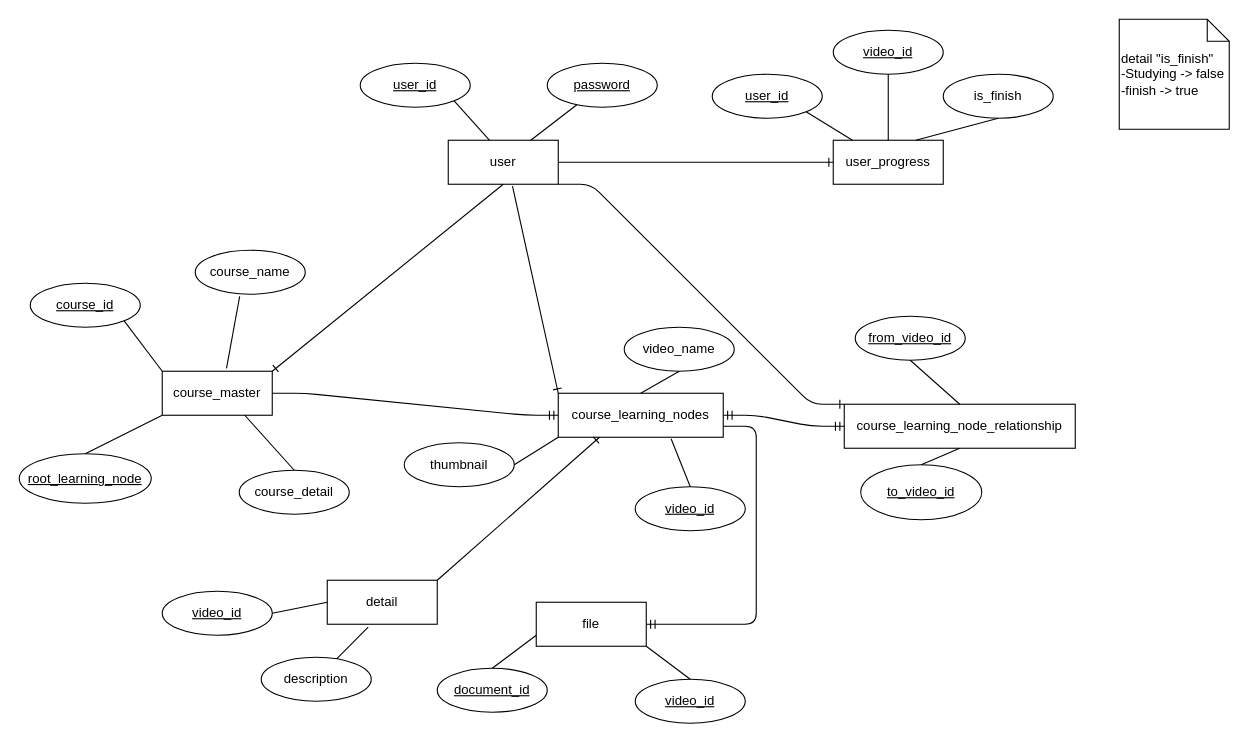
Above: Untitled Diagram.drawio in TendonT52/ProjectProgMath (draw.io), before the change. Source tidied: cells renumbered, new cells numbered last; positions are measured from the earlier drawing's top-left corner, leaving out a move shared by most shapes. Both pictures are drawn from the tidied source at 110%, with x=0, y=0 at pixel (19, 19).
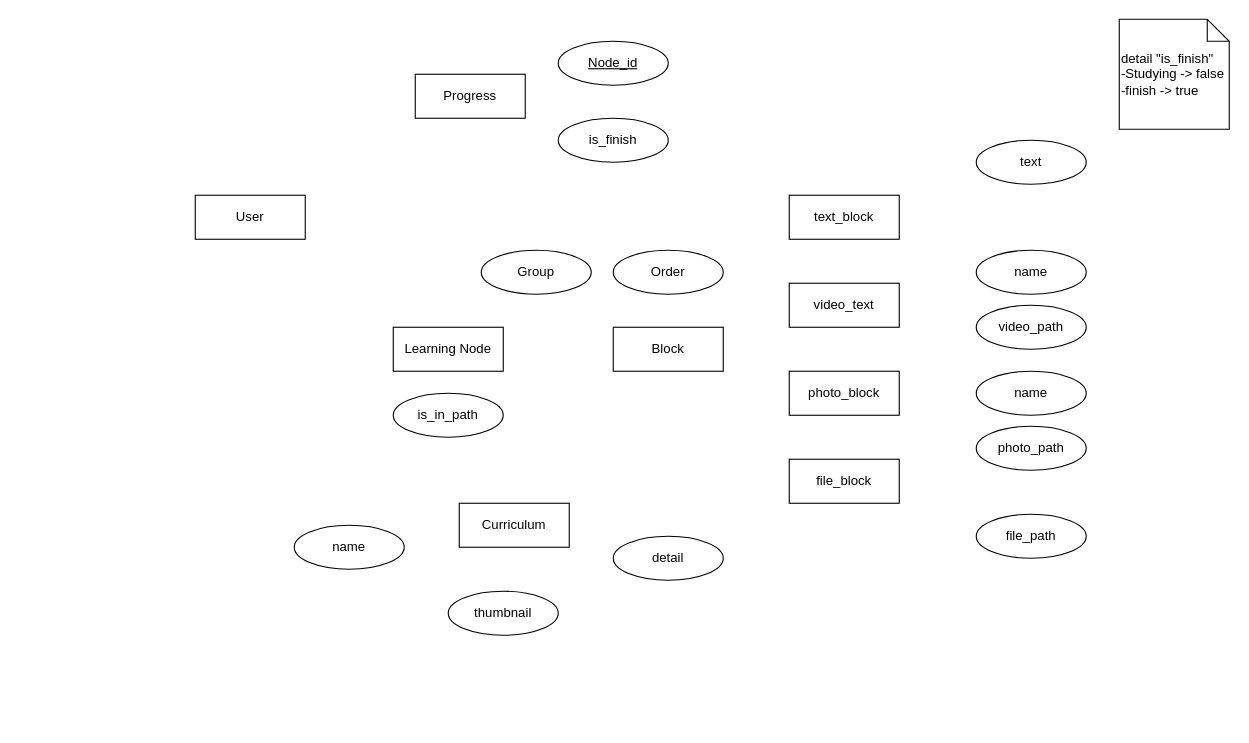
Above is the later version.

Diff of the diagram source:
```diff
@@
-    <mxCell id="2" value="course_learning_nodes" style="whiteSpace=wrap;html=1;align=center;" parent="1" vertex="1">
-      <mxGeometry x="490" y="340" width="150" height="40" as="geometry" />
-    </mxCell>
-    <mxCell id="3" value="course_learning_node_relationship" style="whiteSpace=wrap;html=1;align=center;" parent="1" vertex="1">
-      <mxGeometry x="750" y="350" width="210" height="40" as="geometry" />
-    </mxCell>
-    <mxCell id="4" value="video_id" style="ellipse;whiteSpace=wrap;html=1;align=center;fontStyle=4;" parent="1" vertex="1">
-      <mxGeometry x="560" y="425" width="100" height="40" as="geometry" />
-    </mxCell>
-    <mxCell id="5" value="file" style="whiteSpace=wrap;html=1;align=center;" parent="1" vertex="1">
-      <mxGeometry x="470" y="530" width="100" height="40" as="geometry" />
-    </mxCell>
-    <mxCell id="6" value="document_id" style="ellipse;whiteSpace=wrap;html=1;align=center;fontStyle=4;" parent="1" vertex="1">
-      <mxGeometry x="380" y="590" width="100" height="40" as="geometry" />
-    </mxCell>
-    <mxCell id="7" style="endArrow=none;html=1;rounded=0;exitX=0.5;exitY=0;exitDx=0;exitDy=0;entryX=0.684;entryY=1.035;entryDx=0;entryDy=0;entryPerimeter=0;" parent="1" edge="1" source="4" target="2">
-      <mxGeometry relative="1" as="geometry" />
-    </mxCell>
-    <mxCell id="8" style="endArrow=none;html=1;rounded=0;exitX=0.5;exitY=0;exitDx=0;exitDy=0;entryX=0;entryY=0.75;entryDx=0;entryDy=0;" parent="1" edge="1" source="6" target="5">
-      <mxGeometry relative="1" as="geometry" />
-    </mxCell>
+    <mxCell id="33" value="detail &quot;is_finish&quot;&lt;br&gt;-Studying -&amp;gt; false&lt;br&gt;-finish -&amp;gt; true" style="shape=note;size=20;whiteSpace=wrap;html=1;align=left;" parent="1" vertex="1">
+      <mxGeometry x="1000" width="100" height="100" as="geometry" />
+    </mxCell>
+    <mxCell id="54" value="Block" style="whiteSpace=wrap;html=1;align=center;" parent="1" vertex="1">
+      <mxGeometry x="540" y="280" width="100" height="40" as="geometry" />
+    </mxCell>
+    <mxCell id="55" value="Learning Node" style="whiteSpace=wrap;html=1;align=center;" parent="1" vertex="1">
+      <mxGeometry x="340" y="280" width="100" height="40" as="geometry" />
+    </mxCell>
+    <mxCell id="56" value="User" style="whiteSpace=wrap;html=1;align=center;" parent="1" vertex="1">
+      <mxGeometry x="160" y="160" width="100" height="40" as="geometry" />
+    </mxCell>
+    <mxCell id="57" value="Progress" style="whiteSpace=wrap;html=1;align=center;" parent="1" vertex="1">
+      <mxGeometry x="360" y="50" width="100" height="40" as="geometry" />
+    </mxCell>
+    <mxCell id="58" value="Curriculum" style="whiteSpace=wrap;html=1;align=center;" parent="1" vertex="1">
+      <mxGeometry x="400" y="440" width="100" height="40" as="geometry" />
+    </mxCell>
+    <mxCell id="59" value="text_block" style="whiteSpace=wrap;html=1;align=center;" parent="1" vertex="1">
+      <mxGeometry x="700" y="160" width="100" height="40" as="geometry" />
+    </mxCell>
+    <mxCell id="60" value="video_text" style="whiteSpace=wrap;html=1;align=center;" parent="1" vertex="1">
+      <mxGeometry x="700" y="240" width="100" height="40" as="geometry" />
+    </mxCell>
+    <mxCell id="61" value="photo_block" style="whiteSpace=wrap;html=1;align=center;" parent="1" vertex="1">
+      <mxGeometry x="700" y="320" width="100" height="40" as="geometry" />
+    </mxCell>
+    <mxCell id="62" value="file_block" style="whiteSpace=wrap;html=1;align=center;" parent="1" vertex="1">
+      <mxGeometry x="700" y="400" width="100" height="40" as="geometry" />
+    </mxCell>
+    <mxCell id="63" value="text" style="ellipse;whiteSpace=wrap;html=1;align=center;" parent="1" vertex="1">
+      <mxGeometry x="870" y="110" width="100" height="40" as="geometry" />
+    </mxCell>
+    <mxCell id="64" value="name" style="ellipse;whiteSpace=wrap;html=1;align=center;" parent="1" vertex="1">
+      <mxGeometry x="870" y="210" width="100" height="40" as="geometry" />
+    </mxCell>
+    <mxCell id="65" value="video_path" style="ellipse;whiteSpace=wrap;html=1;align=center;" parent="1" vertex="1">
+      <mxGeometry x="870" y="260" width="100" height="40" as="geometry" />
+    </mxCell>
+    <mxCell id="66" value="name" style="ellipse;whiteSpace=wrap;html=1;align=center;" parent="1" vertex="1">
+      <mxGeometry x="870" y="320" width="100" height="40" as="geometry" />
+    </mxCell>
+    <mxCell id="67" value="photo_path" style="ellipse;whiteSpace=wrap;html=1;align=center;" parent="1" vertex="1">
+      <mxGeometry x="870" y="370" width="100" height="40" as="geometry" />
+    </mxCell>
+    <mxCell id="68" value="file_path" style="ellipse;whiteSpace=wrap;html=1;align=center;" parent="1" vertex="1">
+      <mxGeometry x="870" y="450" width="100" height="40" as="geometry" />
+    </mxCell>
+    <mxCell id="69" value="name" style="ellipse;whiteSpace=wrap;html=1;align=center;" parent="1" vertex="1">
+      <mxGeometry x="250" y="460" width="100" height="40" as="geometry" />
+    </mxCell>
+    <mxCell id="11" value="thumbnail" style="ellipse;whiteSpace=wrap;html=1;align=center;" parent="1" vertex="1">
+      <mxGeometry x="390" y="520" width="100" height="40" as="geometry" />
+    </mxCell>
-    <mxCell id="9" value="detail" style="whiteSpace=wrap;html=1;align=center;" parent="1" vertex="1">
-      <mxGeometry x="280" y="510" width="100" height="40" as="geometry" />
+    <mxCell id="9" value="detail" style="ellipse;whiteSpace=wrap;html=1;align=center;" parent="1" vertex="1">
+      <mxGeometry x="540" y="470" width="100" height="40" as="geometry" />
     </mxCell>
-    <mxCell id="10" value="description" style="ellipse;whiteSpace=wrap;html=1;align=center;" parent="1" vertex="1">
-      <mxGeometry x="220" y="580" width="100" height="40" as="geometry" />
-    </mxCell>
-    <mxCell id="11" value="thumbnail" style="ellipse;whiteSpace=wrap;html=1;align=center;" parent="1" vertex="1">
-      <mxGeometry x="350" y="385" width="100" height="40" as="geometry" />
-    </mxCell>
-    <mxCell id="12" style="endArrow=none;html=1;rounded=0;exitX=1;exitY=0.5;exitDx=0;exitDy=0;entryX=0;entryY=1;entryDx=0;entryDy=0;" parent="1" edge="1" source="11" target="2">
-      <mxGeometry relative="1" as="geometry" />
-    </mxCell>
-    <mxCell id="13" value="video_id" style="ellipse;whiteSpace=wrap;html=1;align=center;fontStyle=4;" parent="1" vertex="1">
-      <mxGeometry x="130" y="520" width="100" height="40" as="geometry" />
-    </mxCell>
-    <mxCell id="14" value="to_video_id" style="ellipse;whiteSpace=wrap;html=1;align=center;fontStyle=4;" parent="1" vertex="1">
-      <mxGeometry x="765" y="405" width="110" height="50" as="geometry" />
-    </mxCell>
-    <mxCell id="15" value="video_id" style="ellipse;whiteSpace=wrap;html=1;align=center;fontStyle=4;" parent="1" vertex="1">
-      <mxGeometry x="560" y="600" width="100" height="40" as="geometry" />
-    </mxCell>
-    <mxCell id="16" style="endArrow=none;html=1;rounded=0;entryX=0.5;entryY=0;entryDx=0;entryDy=0;exitX=1;exitY=1;exitDx=0;exitDy=0;" parent="1" edge="1" source="5" target="15">
-      <mxGeometry relative="1" as="geometry" />
-    </mxCell>
-    <mxCell id="17" value="course_master" style="whiteSpace=wrap;html=1;align=center;" parent="1" vertex="1">
-      <mxGeometry x="130" y="320" width="100" height="40" as="geometry" />
-    </mxCell>
-    <mxCell id="18" value="course_id" style="ellipse;whiteSpace=wrap;html=1;align=center;fontStyle=4;" parent="1" vertex="1">
-      <mxGeometry x="10" y="240" width="100" height="40" as="geometry" />
-    </mxCell>
-    <mxCell id="19" value="course_name" style="ellipse;whiteSpace=wrap;html=1;align=center;" parent="1" vertex="1">
-      <mxGeometry x="160" y="210" width="100" height="40" as="geometry" />
-    </mxCell>
-    <mxCell id="20" value="root_learning_node" style="ellipse;whiteSpace=wrap;html=1;align=center;fontStyle=4;" parent="1" vertex="1">
-      <mxGeometry y="395" width="120" height="45" as="geometry" />
-    </mxCell>
-    <mxCell id="21" value="course_detail" style="ellipse;whiteSpace=wrap;html=1;align=center;" parent="1" vertex="1">
-      <mxGeometry x="200" y="410" width="100" height="40" as="geometry" />
-    </mxCell>
-    <mxCell id="22" style="endArrow=none;html=1;rounded=0;entryX=0;entryY=0;entryDx=0;entryDy=0;exitX=1;exitY=1;exitDx=0;exitDy=0;" parent="1" edge="1" source="18" target="17">
-      <mxGeometry relative="1" as="geometry" />
-    </mxCell>
-    <mxCell id="23" style="endArrow=none;html=1;rounded=0;entryX=0;entryY=1;entryDx=0;entryDy=0;exitX=0.5;exitY=0;exitDx=0;exitDy=0;" parent="1" edge="1" source="20" target="17">
-      <mxGeometry relative="1" as="geometry" />
-    </mxCell>
-    <mxCell id="24" style="endArrow=none;html=1;rounded=0;entryX=0.5;entryY=0;entryDx=0;entryDy=0;exitX=0.75;exitY=1;exitDx=0;exitDy=0;" parent="1" edge="1" source="17" target="21">
-      <mxGeometry relative="1" as="geometry" />
-    </mxCell>
-    <mxCell id="25" style="edgeStyle=entityRelationEdgeStyle;fontSize=12;html=1;endArrow=ERmandOne;exitX=1;exitY=0.5;exitDx=0;exitDy=0;entryX=0;entryY=0.5;entryDx=0;entryDy=0;" parent="1" edge="1" source="17" target="2">
-      <mxGeometry relative="1" as="geometry" />
-    </mxCell>
-    <mxCell id="26" style="edgeStyle=entityRelationEdgeStyle;fontSize=12;html=1;endArrow=ERmandOne;entryX=1;entryY=0.5;entryDx=0;entryDy=0;" parent="1" edge="1" target="5">
-      <mxGeometry relative="1" as="geometry">
-        <mxPoint x="640" y="370" as="sourcePoint" />
-      </mxGeometry>
-    </mxCell>
-    <mxCell id="27" style="edgeStyle=entityRelationEdgeStyle;fontSize=12;html=1;endArrow=ERmandOne;startArrow=ERmandOne;entryX=0;entryY=0.5;entryDx=0;entryDy=0;exitX=1;exitY=0.5;exitDx=0;exitDy=0;" parent="1" edge="1" source="2" target="3">
-      <mxGeometry relative="1" as="geometry" />
-    </mxCell>
-    <mxCell id="28" value="user_progress" style="whiteSpace=wrap;html=1;align=center;" parent="1" vertex="1">
-      <mxGeometry x="740" y="110" width="100" height="40" as="geometry" />
-    </mxCell>
-    <mxCell id="29" value="user_id" style="ellipse;whiteSpace=wrap;html=1;align=center;fontStyle=4;" parent="1" vertex="1">
-      <mxGeometry x="630" y="50" width="100" height="40" as="geometry" />
-    </mxCell>
-    <mxCell id="30" style="endArrow=none;html=1;rounded=0;entryX=0.5;entryY=1;entryDx=0;entryDy=0;exitX=0.5;exitY=0;exitDx=0;exitDy=0;" parent="1" edge="1" source="14" target="3">
-      <mxGeometry relative="1" as="geometry" />
-    </mxCell>
-    <mxCell id="31" value="video_id" style="ellipse;whiteSpace=wrap;html=1;align=center;fontStyle=4;" parent="1" vertex="1">
-      <mxGeometry x="740" y="10" width="100" height="40" as="geometry" />
-    </mxCell>
+    <mxCell id="70" value="is_in_path" style="ellipse;whiteSpace=wrap;html=1;align=center;" parent="1" vertex="1">
+      <mxGeometry x="340" y="340" width="100" height="40" as="geometry" />
+    </mxCell>
+    <mxCell id="71" value="Group" style="ellipse;whiteSpace=wrap;html=1;align=center;" parent="1" vertex="1">
+      <mxGeometry x="420" y="210" width="100" height="40" as="geometry" />
+    </mxCell>
+    <mxCell id="72" value="Order" style="ellipse;whiteSpace=wrap;html=1;align=center;" parent="1" vertex="1">
+      <mxGeometry x="540" y="210" width="100" height="40" as="geometry" />
+    </mxCell>
+    <mxCell id="73" value="Node_id" style="ellipse;whiteSpace=wrap;html=1;align=center;fontStyle=4;" parent="1" vertex="1">
+      <mxGeometry x="490" y="20" width="100" height="40" as="geometry" />
+    </mxCell>
     <mxCell id="32" value="is_finish" style="ellipse;whiteSpace=wrap;html=1;align=center;" parent="1" vertex="1">
-      <mxGeometry x="840" y="50" width="100" height="40" as="geometry" />
+      <mxGeometry x="490" y="90" width="100" height="40" as="geometry" />
     </mxCell>
-    <mxCell id="33" value="detail &quot;is_finish&quot;&lt;br&gt;-Studying -&amp;gt; false&lt;br&gt;-finish -&amp;gt; true" style="shape=note;size=20;whiteSpace=wrap;html=1;align=left;" parent="1" vertex="1">
-      <mxGeometry x="1000" width="100" height="100" as="geometry" />
-    </mxCell>
-    <mxCell id="34" value="user" style="whiteSpace=wrap;html=1;align=center;" parent="1" vertex="1">
-      <mxGeometry x="390" y="110" width="100" height="40" as="geometry" />
-    </mxCell>
-    <mxCell id="35" value="user_id" style="ellipse;whiteSpace=wrap;html=1;align=center;fontStyle=4;" parent="1" vertex="1">
-      <mxGeometry x="310" y="40" width="100" height="40" as="geometry" />
-    </mxCell>
-    <mxCell id="36" value="password" style="ellipse;whiteSpace=wrap;html=1;align=center;fontStyle=4;" parent="1" vertex="1">
-      <mxGeometry x="480" y="40" width="100" height="40" as="geometry" />
-    </mxCell>
-    <mxCell id="37" value="video_name" style="ellipse;whiteSpace=wrap;html=1;align=center;" parent="1" vertex="1">
-      <mxGeometry x="550" y="280" width="100" height="40" as="geometry" />
-    </mxCell>
-    <mxCell id="38" value="from_video_id" style="ellipse;whiteSpace=wrap;html=1;align=center;fontStyle=4;" parent="1" vertex="1">
-      <mxGeometry x="760" y="270" width="100" height="40" as="geometry" />
-    </mxCell>
-    <mxCell id="39" style="endArrow=none;html=1;rounded=0;entryX=0.5;entryY=1;entryDx=0;entryDy=0;exitX=0.5;exitY=0;exitDx=0;exitDy=0;" parent="1" edge="1" source="3" target="38">
-      <mxGeometry relative="1" as="geometry" />
-    </mxCell>
-    <mxCell id="40" style="endArrow=none;html=1;rounded=0;entryX=0.5;entryY=1;entryDx=0;entryDy=0;exitX=0.5;exitY=0;exitDx=0;exitDy=0;" parent="1" edge="1" source="2" target="37">
-      <mxGeometry relative="1" as="geometry" />
-    </mxCell>
-    <mxCell id="41" style="fontSize=12;html=1;endArrow=ERone;endFill=1;exitX=1;exitY=0;exitDx=0;exitDy=0;entryX=0.25;entryY=1;entryDx=0;entryDy=0;" parent="1" edge="1" source="9" target="2">
-      <mxGeometry relative="1" as="geometry" />
-    </mxCell>
-    <mxCell id="42" style="endArrow=none;html=1;rounded=0;entryX=1;entryY=1;entryDx=0;entryDy=0;exitX=0.376;exitY=0.005;exitDx=0;exitDy=0;exitPerimeter=0;" parent="1" edge="1" source="34" target="35">
-      <mxGeometry relative="1" as="geometry" />
-    </mxCell>
-    <mxCell id="43" style="endArrow=none;html=1;rounded=0;exitX=0.75;exitY=0;exitDx=0;exitDy=0;" parent="1" edge="1" source="34" target="36">
-      <mxGeometry relative="1" as="geometry" />
-    </mxCell>
-    <mxCell id="44" style="endArrow=none;html=1;rounded=0;entryX=0.5;entryY=1;entryDx=0;entryDy=0;exitX=0.5;exitY=0;exitDx=0;exitDy=0;" parent="1" edge="1" source="28" target="31">
-      <mxGeometry relative="1" as="geometry" />
-    </mxCell>
-    <mxCell id="45" style="endArrow=none;html=1;rounded=0;entryX=1;entryY=1;entryDx=0;entryDy=0;" parent="1" edge="1" source="28" target="29">
-      <mxGeometry relative="1" as="geometry" />
-    </mxCell>
-    <mxCell id="46" style="endArrow=none;html=1;rounded=0;entryX=0.5;entryY=1;entryDx=0;entryDy=0;exitX=0.75;exitY=0;exitDx=0;exitDy=0;" parent="1" edge="1" source="28" target="32">
-      <mxGeometry relative="1" as="geometry" />
-    </mxCell>
-    <mxCell id="47" style="edgeStyle=entityRelationEdgeStyle;fontSize=12;html=1;endArrow=ERone;endFill=1;entryX=0;entryY=0.5;entryDx=0;entryDy=0;exitX=1;exitY=0.5;exitDx=0;exitDy=0;" parent="1" edge="1" source="34" target="28">
-      <mxGeometry relative="1" as="geometry" />
-    </mxCell>
-    <mxCell id="48" style="fontSize=12;html=1;endArrow=ERone;endFill=1;exitX=0.5;exitY=1;exitDx=0;exitDy=0;entryX=1;entryY=0;entryDx=0;entryDy=0;" parent="1" edge="1" source="34" target="17">
-      <mxGeometry relative="1" as="geometry" />
-    </mxCell>
-    <mxCell id="49" style="endArrow=none;html=1;rounded=0;exitX=0.404;exitY=1.045;exitDx=0;exitDy=0;exitPerimeter=0;entryX=0.584;entryY=-0.065;entryDx=0;entryDy=0;entryPerimeter=0;" parent="1" edge="1" source="19" target="17">
-      <mxGeometry relative="1" as="geometry" />
-    </mxCell>
-    <mxCell id="50" style="fontSize=12;html=1;endArrow=ERone;endFill=1;exitX=0.584;exitY=1.045;exitDx=0;exitDy=0;exitPerimeter=0;entryX=0;entryY=0;entryDx=0;entryDy=0;" parent="1" edge="1" source="34" target="2">
-      <mxGeometry relative="1" as="geometry" />
-    </mxCell>
-    <mxCell id="51" style="endArrow=none;html=1;rounded=0;exitX=1;exitY=0.5;exitDx=0;exitDy=0;" parent="1" edge="1" source="13">
-      <mxGeometry relative="1" as="geometry">
-        <mxPoint x="280" y="530" as="targetPoint" />
-      </mxGeometry>
-    </mxCell>
-    <mxCell id="52" style="endArrow=none;html=1;rounded=0;exitX=0.372;exitY=1.065;exitDx=0;exitDy=0;exitPerimeter=0;" parent="1" edge="1" source="9" target="10">
-      <mxGeometry relative="1" as="geometry" />
-    </mxCell>
-    <mxCell id="53" style="edgeStyle=entityRelationEdgeStyle;fontSize=12;html=1;endArrow=ERone;endFill=1;entryX=0;entryY=0;entryDx=0;entryDy=0;exitX=1;exitY=1;exitDx=0;exitDy=0;" parent="1" edge="1" source="34" target="3">
-      <mxGeometry relative="1" as="geometry" />
-    </mxCell>
```
